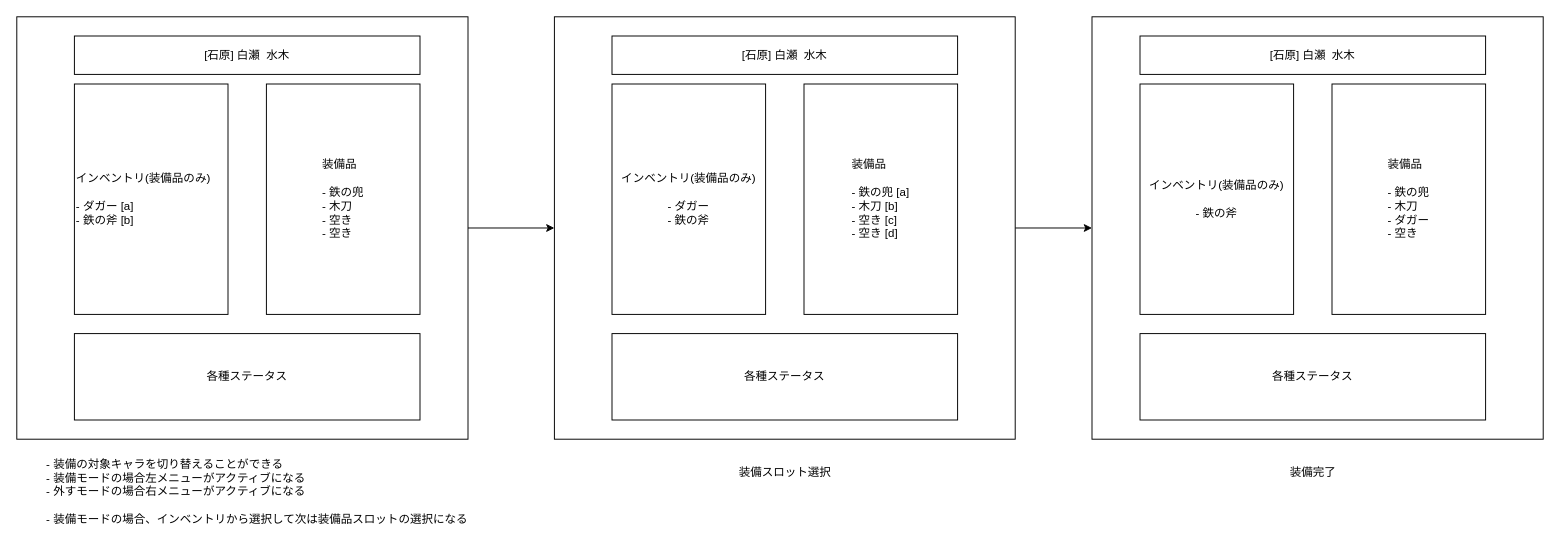
Earlier version of the draw.io diagram page "装備画面" (7 of 7) of digger.drawio (kijimaD/digger_rs). Source tidied: cells renumbered, new cells numbered last; positions are measured from the earlier drawing's top-left corner, leaving out a move shared by most shapes. Both pictures are drawn from the tidied source at 96%, with x=0, y=0 at pixel (16, 16).
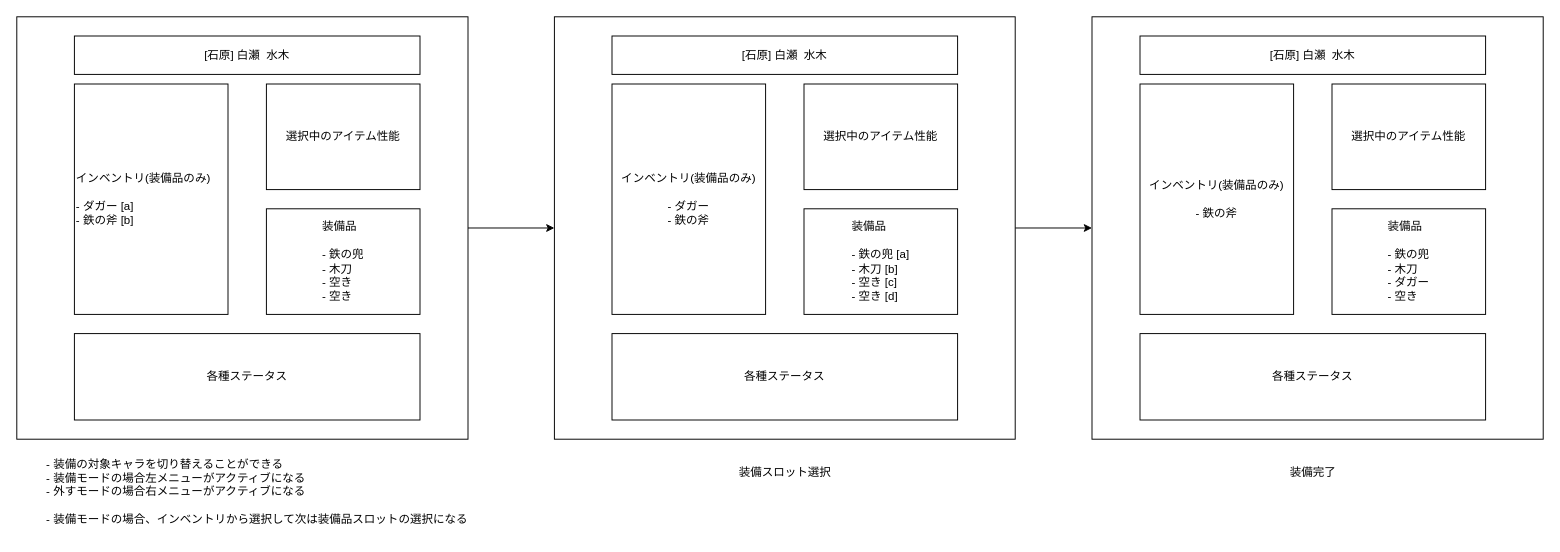
Above is the later version.

Commit message:
digger.drawio を更新します

What changed in the source:
```diff
@@
     <mxCell id="5" value="&lt;div align=&quot;left&quot;&gt;装備品&lt;br&gt;&lt;/div&gt;&lt;div align=&quot;left&quot;&gt;&lt;br&gt;&lt;/div&gt;&lt;div align=&quot;left&quot;&gt;- 鉄の兜&lt;br&gt;&lt;/div&gt;&lt;div align=&quot;left&quot;&gt;- 木刀&lt;br&gt;&lt;/div&gt;&lt;div align=&quot;left&quot;&gt;- 空き&lt;/div&gt;&lt;div align=&quot;left&quot;&gt;- 空き&lt;br&gt;&lt;/div&gt;" style="rounded=0;whiteSpace=wrap;html=1;" parent="1" vertex="1">
-      <mxGeometry x="260" y="70" width="160" height="240" as="geometry" />
+      <mxGeometry x="260" y="200" width="160" height="110" as="geometry" />
     </mxCell>
@@
     <mxCell id="10" value="&lt;div align=&quot;left&quot;&gt;装備品&lt;br&gt;&lt;/div&gt;&lt;div align=&quot;left&quot;&gt;&lt;br&gt;&lt;/div&gt;&lt;div align=&quot;left&quot;&gt;- 鉄の兜 [a]&lt;br&gt;&lt;/div&gt;&lt;div align=&quot;left&quot;&gt;- 木刀 [b]&lt;br&gt;&lt;/div&gt;&lt;div align=&quot;left&quot;&gt;- 空き [c]&lt;br&gt;&lt;/div&gt;&lt;div align=&quot;left&quot;&gt;- 空き [d]&lt;br&gt;&lt;/div&gt;" style="rounded=0;whiteSpace=wrap;html=1;" parent="1" vertex="1">
-      <mxGeometry x="820" y="70" width="160" height="240" as="geometry" />
+      <mxGeometry x="820" y="200" width="160" height="110" as="geometry" />
     </mxCell>
@@
     <mxCell id="15" value="&lt;div align=&quot;left&quot;&gt;装備品&lt;br&gt;&lt;/div&gt;&lt;div align=&quot;left&quot;&gt;&lt;br&gt;&lt;/div&gt;&lt;div align=&quot;left&quot;&gt;- 鉄の兜&lt;br&gt;&lt;/div&gt;&lt;div align=&quot;left&quot;&gt;- 木刀&lt;br&gt;&lt;/div&gt;&lt;div align=&quot;left&quot;&gt;- ダガー&lt;br&gt;&lt;/div&gt;&lt;div align=&quot;left&quot;&gt;- 空き&lt;br&gt;&lt;/div&gt;" style="rounded=0;whiteSpace=wrap;html=1;" parent="1" vertex="1">
-      <mxGeometry x="1370" y="70" width="160" height="240" as="geometry" />
+      <mxGeometry x="1370" y="200" width="160" height="110" as="geometry" />
     </mxCell>
@@
+    <mxCell id="22" value="選択中のアイテム性能" style="rounded=0;whiteSpace=wrap;html=1;" parent="1" vertex="1">
+      <mxGeometry x="260" y="70" width="160" height="110" as="geometry" />
+    </mxCell>
+    <mxCell id="23" value="選択中のアイテム性能" style="rounded=0;whiteSpace=wrap;html=1;" parent="1" vertex="1">
+      <mxGeometry x="820" y="70" width="160" height="110" as="geometry" />
+    </mxCell>
+    <mxCell id="24" value="選択中のアイテム性能" style="rounded=0;whiteSpace=wrap;html=1;" parent="1" vertex="1">
+      <mxGeometry x="1370" y="70" width="160" height="110" as="geometry" />
+    </mxCell>
```
